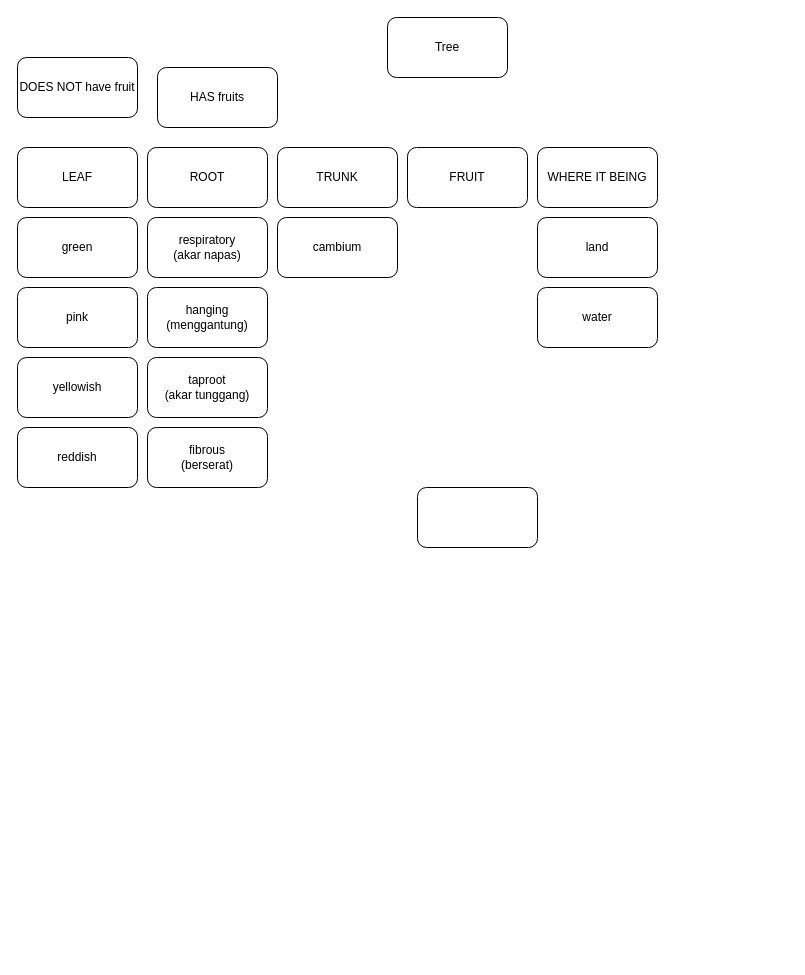
troders34/troders34 keeps this draw.io diagram as AI_tree.drawio. Above is the earlier version. Source tidied: cells renumbered, new cells numbered last; positions are measured from the earlier drawing's top-left corner, leaving out a move shared by most shapes. Both pictures are drawn from the tidied source at 100%, with x=0, y=0 at pixel (17, 17).
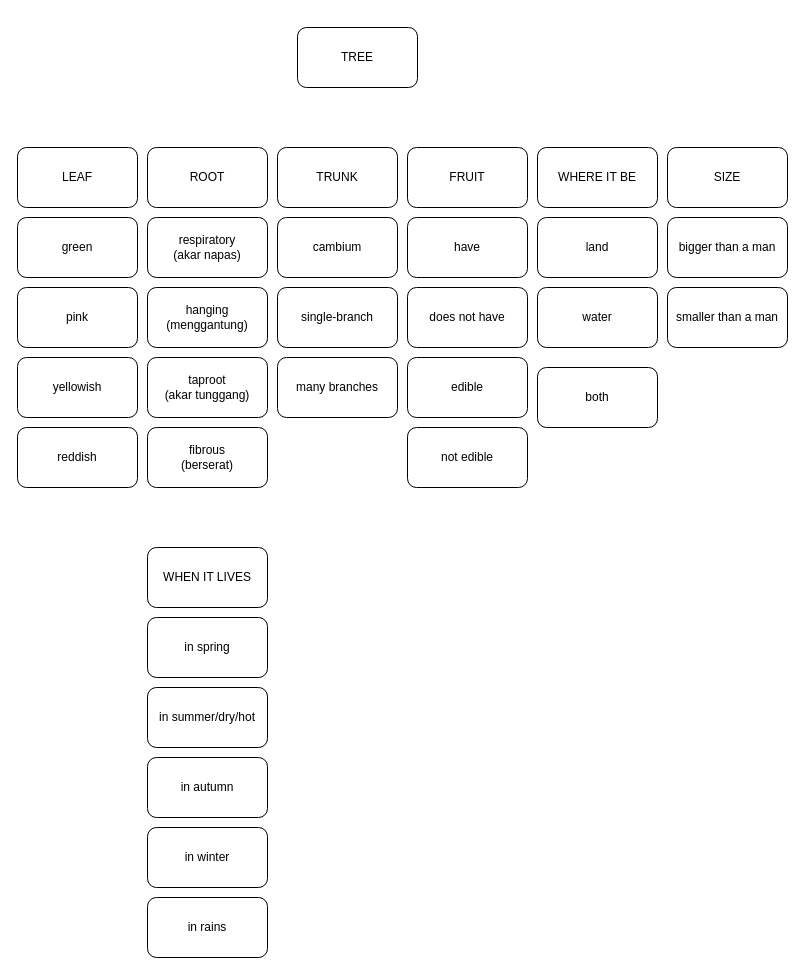
The same page after the edit.

The edit, as a diff of the source:
```diff
@@
-    <mxCell id="2" value="Tree" style="rounded=1;whiteSpace=wrap;html=1;" parent="1" vertex="1">
-      <mxGeometry x="370" width="120" height="60" as="geometry" />
+    <mxCell id="2" value="TREE" style="rounded=1;whiteSpace=wrap;html=1;" parent="1" vertex="1">
+      <mxGeometry x="280" y="10" width="120" height="60" as="geometry" />
     </mxCell>
@@
-    <mxCell id="4" value="HAS fruits" style="rounded=1;whiteSpace=wrap;html=1;" parent="1" vertex="1">
-      <mxGeometry x="140" y="50" width="120" height="60" as="geometry" />
+    <mxCell id="4" value="have" style="rounded=1;whiteSpace=wrap;html=1;" parent="1" vertex="1">
+      <mxGeometry x="390" y="200" width="120" height="60" as="geometry" />
     </mxCell>
@@
-    <mxCell id="8" value="DOES NOT have fruit" style="rounded=1;whiteSpace=wrap;html=1;" parent="1" vertex="1">
-      <mxGeometry y="40" width="120" height="60" as="geometry" />
+    <mxCell id="8" value="does not have" style="rounded=1;whiteSpace=wrap;html=1;" parent="1" vertex="1">
+      <mxGeometry x="390" y="270" width="120" height="60" as="geometry" />
     </mxCell>
@@
-    <mxCell id="14" value="WHERE IT BEING" style="rounded=1;whiteSpace=wrap;html=1;" parent="1" vertex="1">
+    <mxCell id="14" value="WHERE IT BE" style="rounded=1;whiteSpace=wrap;html=1;" parent="1" vertex="1">
       <mxGeometry x="520" y="130" width="120" height="60" as="geometry" />
     </mxCell>
@@
-    <mxCell id="18" style="rounded=1;whiteSpace=wrap;html=1;" parent="1" vertex="1">
-      <mxGeometry x="400" y="470" width="120" height="60" as="geometry" />
+    <mxCell id="18" value="edible" style="rounded=1;whiteSpace=wrap;html=1;" parent="1" vertex="1">
+      <mxGeometry x="390" y="340" width="120" height="60" as="geometry" />
     </mxCell>
@@
+    <mxCell id="22" value="single-branch" style="rounded=1;whiteSpace=wrap;html=1;" parent="1" vertex="1">
+      <mxGeometry x="260" y="270" width="120" height="60" as="geometry" />
+    </mxCell>
+    <mxCell id="23" value="smaller than a man" style="rounded=1;whiteSpace=wrap;html=1;" parent="1" vertex="1">
+      <mxGeometry x="650" y="270" width="120" height="60" as="geometry" />
+    </mxCell>
+    <mxCell id="24" value="not edible" style="rounded=1;whiteSpace=wrap;html=1;" parent="1" vertex="1">
+      <mxGeometry x="390" y="410" width="120" height="60" as="geometry" />
+    </mxCell>
+    <mxCell id="25" value="bigger than a man" style="rounded=1;whiteSpace=wrap;html=1;" parent="1" vertex="1">
+      <mxGeometry x="650" y="200" width="120" height="60" as="geometry" />
+    </mxCell>
+    <mxCell id="26" value="SIZE" style="rounded=1;whiteSpace=wrap;html=1;" parent="1" vertex="1">
+      <mxGeometry x="650" y="130" width="120" height="60" as="geometry" />
+    </mxCell>
+    <mxCell id="27" value="WHEN IT LIVES" style="rounded=1;whiteSpace=wrap;html=1;" parent="1" vertex="1">
+      <mxGeometry x="130" y="530" width="120" height="60" as="geometry" />
+    </mxCell>
+    <mxCell id="28" value="many branches" style="rounded=1;whiteSpace=wrap;html=1;" parent="1" vertex="1">
+      <mxGeometry x="260" y="340" width="120" height="60" as="geometry" />
+    </mxCell>
+    <mxCell id="29" value="in rains" style="rounded=1;whiteSpace=wrap;html=1;" parent="1" vertex="1">
+      <mxGeometry x="130" y="880" width="120" height="60" as="geometry" />
+    </mxCell>
+    <mxCell id="30" value="in winter" style="rounded=1;whiteSpace=wrap;html=1;" parent="1" vertex="1">
+      <mxGeometry x="130" y="810" width="120" height="60" as="geometry" />
+    </mxCell>
+    <mxCell id="31" value="in autumn" style="rounded=1;whiteSpace=wrap;html=1;" parent="1" vertex="1">
+      <mxGeometry x="130" y="740" width="120" height="60" as="geometry" />
+    </mxCell>
+    <mxCell id="32" value="in summer/dry/hot" style="rounded=1;whiteSpace=wrap;html=1;" parent="1" vertex="1">
+      <mxGeometry x="130" y="670" width="120" height="60" as="geometry" />
+    </mxCell>
+    <mxCell id="33" value="in spring" style="rounded=1;whiteSpace=wrap;html=1;" parent="1" vertex="1">
+      <mxGeometry x="130" y="600" width="120" height="60" as="geometry" />
+    </mxCell>
+    <mxCell id="34" value="both" style="rounded=1;whiteSpace=wrap;html=1;" parent="1" vertex="1">
+      <mxGeometry x="520" y="350" width="120" height="60" as="geometry" />
+    </mxCell>
```
